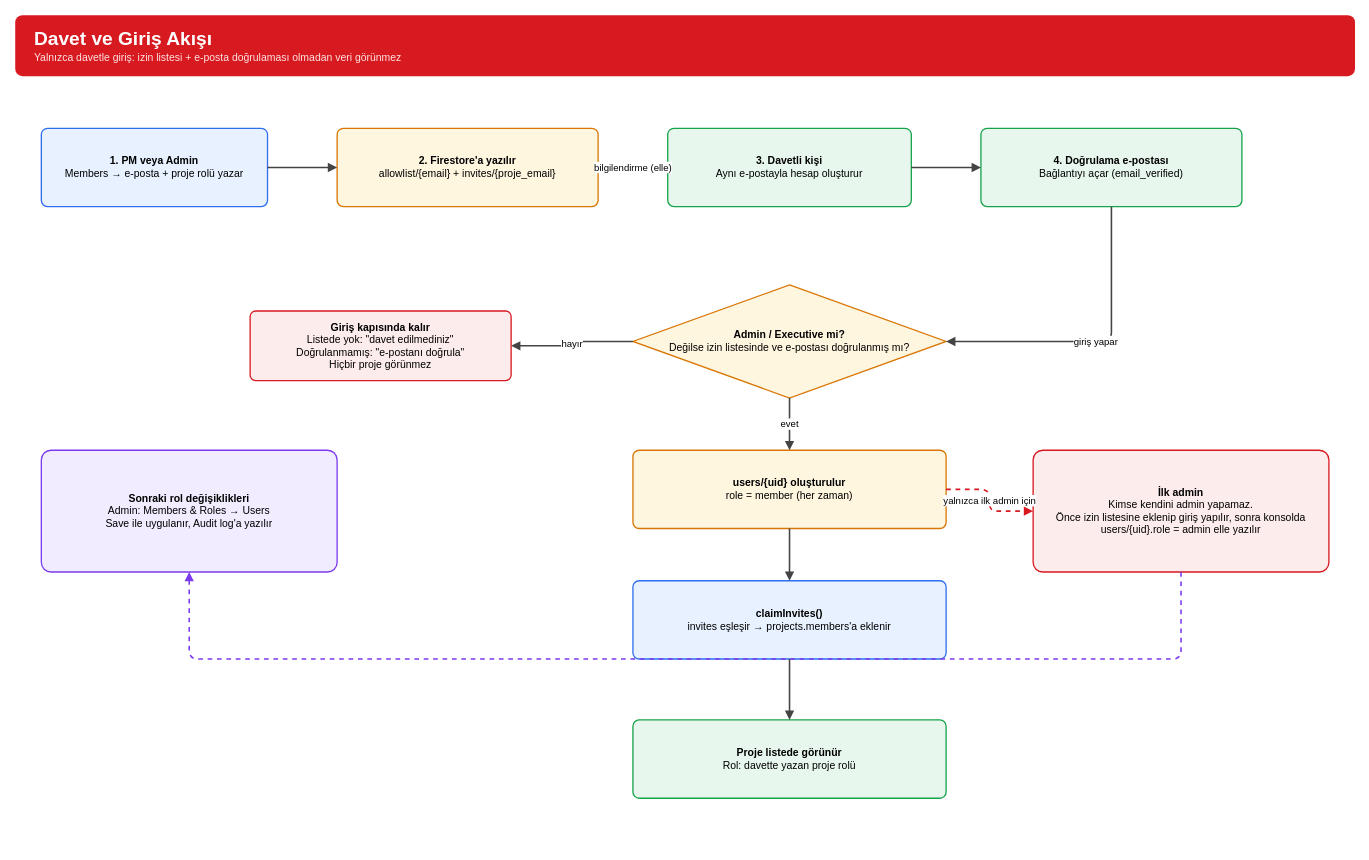
The draw.io diagram page "4 - Davet ve Giriş Akışı" (5 of 6) of proje-diyagrami.drawio in keremsa1id/STW, before the edit. Source tidied: cells renumbered, new cells numbered last; positions are measured from the earlier drawing's top-left corner, leaving out a move shared by most shapes. Both pictures are drawn from the tidied source at 87%, with x=0, y=0 at pixel (15, 15).
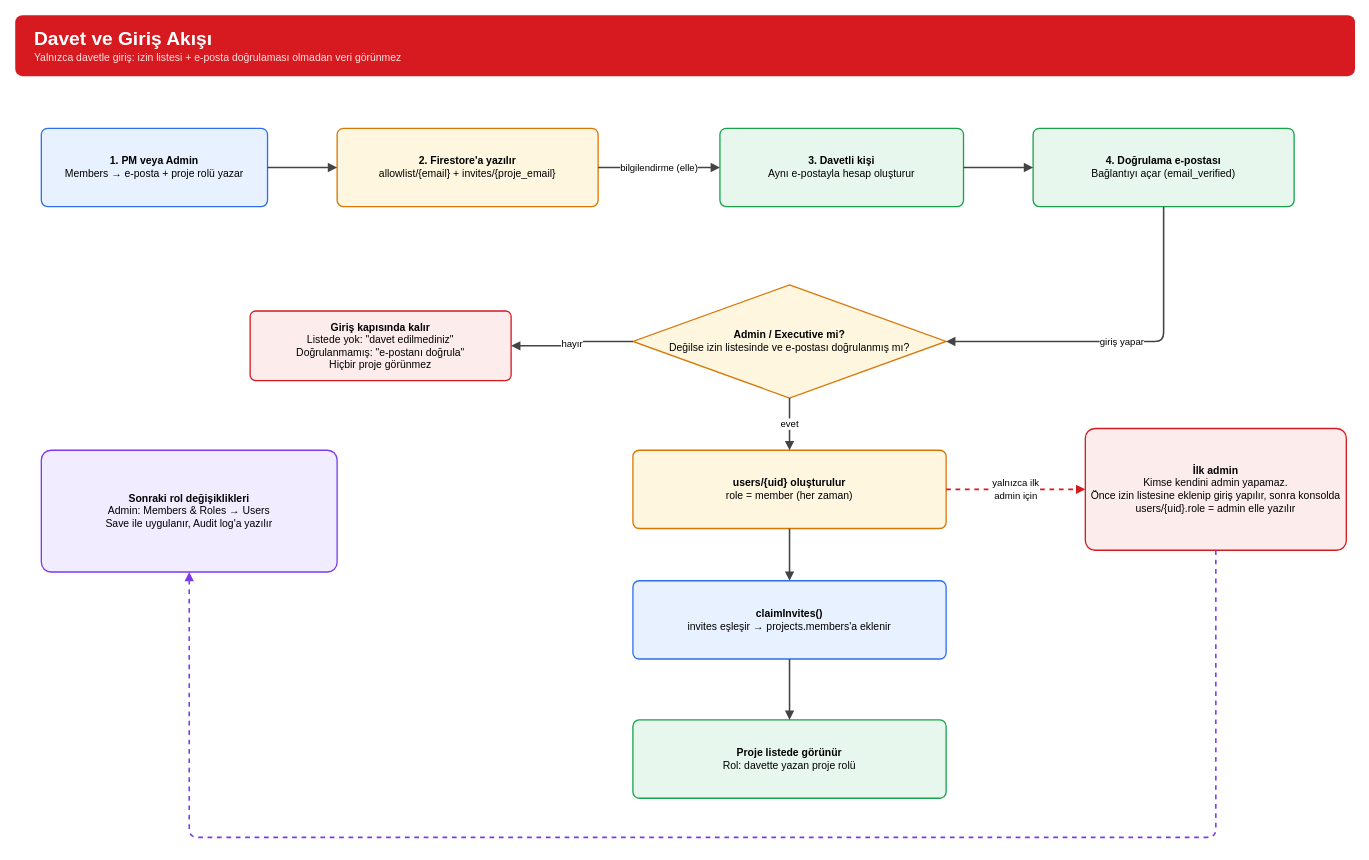
The same page after the edit.

Unchanged cells that the change refers to:
```xml
<mxCell id="10" value="&lt;b&gt;Admin / Executive mi?&lt;/b&gt;&lt;br&gt;Değilse izin listesinde ve e-postası doğrulanmış mı?" style="rounded=1;whiteSpace=wrap;html=1;arcSize=8;fontSize=12;fontFamily=Helvetica;shape=rhombus;fillColor=#fff6e0;strokeColor=#d97706;strokeWidth=1.5;rounded=0;" parent="1" vertex="1">
  <mxGeometry x="710" y="310" width="360" height="130" as="geometry" />
</mxCell>
<mxCell id="14" value="&lt;b&gt;users/{uid} oluşturulur&lt;/b&gt;&lt;br&gt;role = member (her zaman)" style="rounded=1;whiteSpace=wrap;html=1;arcSize=8;fontSize=12;fontFamily=Helvetica;fillColor=#fff6e0;strokeColor=#d97706;strokeWidth=1.5;shadow=0;" parent="1" vertex="1">
  <mxGeometry x="710" y="500" width="360" height="90" as="geometry" />
</mxCell>
<mxCell id="22" value="&lt;b&gt;Sonraki rol değişiklikleri&lt;/b&gt;&lt;br&gt;Admin: Members &amp;amp; Roles → Users&lt;br&gt;Save ile uygulanır, Audit log'a yazılır" style="rounded=1;whiteSpace=wrap;html=1;arcSize=8;fontSize=12;fontFamily=Helvetica;fillColor=#f1ecff;strokeColor=#7c3aed;strokeWidth=1.5;shadow=0;" parent="1" vertex="1">
  <mxGeometry x="30" y="500" width="340" height="140" as="geometry" />
</mxCell>
```

The edit, as a diff of the source:
```diff
@@
     <mxCell id="5" value="&lt;b&gt;3. Davetli kişi&lt;/b&gt;&lt;br&gt;Aynı e-postayla hesap oluşturur" style="rounded=1;whiteSpace=wrap;html=1;arcSize=8;fontSize=12;fontFamily=Helvetica;fillColor=#e7f7ee;strokeColor=#16a34a;strokeWidth=1.5;shadow=0;" parent="1" vertex="1">
-      <mxGeometry x="750" y="130" width="280" height="90" as="geometry" />
+      <mxGeometry x="810" y="130" width="280" height="90" as="geometry" />
     </mxCell>
     <mxCell id="6" value="&lt;b&gt;4. Doğrulama e-postası&lt;/b&gt;&lt;br&gt;Bağlantıyı açar (email_verified)" style="rounded=1;whiteSpace=wrap;html=1;arcSize=8;fontSize=12;fontFamily=Helvetica;fillColor=#e7f7ee;strokeColor=#16a34a;strokeWidth=1.5;shadow=0;" parent="1" vertex="1">
-      <mxGeometry x="1110" y="130" width="300" height="90" as="geometry" />
+      <mxGeometry x="1170" y="130" width="300" height="90" as="geometry" />
     </mxCell>
@@
     <mxCell id="11" value="giriş yapar" style="edgeStyle=orthogonalEdgeStyle;rounded=1;html=1;endArrow=block;endFill=1;strokeWidth=1.8;strokeColor=#444444;fontSize=11;labelBackgroundColor=#ffffff;" parent="1" edge="1" source="6" target="10">
       <mxGeometry relative="1" as="geometry">
         <Array as="points">
-          <mxPoint x="1260" y="375" />
+          <mxPoint x="1320" y="375" />
         </Array>
       </mxGeometry>
     </mxCell>
@@
     <mxCell id="20" value="&lt;b&gt;İlk admin&lt;/b&gt;&lt;br&gt;Kimse kendini admin yapamaz.&lt;br&gt;Önce izin listesine eklenip giriş yapılır, sonra konsolda users/{uid}.role = admin elle yazılır" style="rounded=1;whiteSpace=wrap;html=1;arcSize=8;fontSize=12;fontFamily=Helvetica;fillColor=#fdecec;strokeColor=#d71920;strokeWidth=1.5;shadow=0;" parent="1" vertex="1">
-      <mxGeometry x="1170" y="500" width="340" height="140" as="geometry" />
+      <mxGeometry x="1230" y="475" width="300" height="140" as="geometry" />
     </mxCell>
-    <mxCell id="21" value="yalnızca ilk admin için" style="edgeStyle=orthogonalEdgeStyle;rounded=1;html=1;endArrow=block;endFill=1;strokeWidth=1.8;strokeColor=#444444;fontSize=11;labelBackgroundColor=#ffffff;dashed=1;strokeColor=#d71920;" parent="1" edge="1" source="14" target="20">
+    <mxCell id="21" value="yalnızca ilk&lt;br&gt;admin için" style="edgeStyle=orthogonalEdgeStyle;rounded=1;html=1;endArrow=block;endFill=1;strokeWidth=1.8;strokeColor=#444444;fontSize=11;labelBackgroundColor=#ffffff;dashed=1;strokeColor=#d71920;" parent="1" edge="1" source="14" target="20">
       <mxGeometry relative="1" as="geometry" />
     </mxCell>
@@
-    <mxCell id="23" style="edgeStyle=orthogonalEdgeStyle;rounded=1;html=1;endArrow=block;endFill=1;strokeWidth=1.8;strokeColor=#444444;fontSize=11;labelBackgroundColor=#ffffff;dashed=1;strokeColor=#7c3aed;" parent="1" edge="1" source="20" target="22">
+    <mxCell id="23" style="edgeStyle=orthogonalEdgeStyle;rounded=1;html=1;endArrow=block;endFill=1;strokeWidth=1.8;strokeColor=#444444;fontSize=11;labelBackgroundColor=#ffffff;dashed=1;strokeColor=#7c3aed;exitX=0.5;exitY=1;exitDx=0;exitDy=0;entryX=0.5;entryY=1;entryDx=0;entryDy=0;" parent="1" edge="1" source="20" target="22">
       <mxGeometry relative="1" as="geometry">
         <Array as="points">
-          <mxPoint x="1340" y="740" />
-          <mxPoint x="200" y="740" />
+          <mxPoint x="1380" y="945" />
+          <mxPoint x="200" y="945" />
         </Array>
       </mxGeometry>
     </mxCell>
```
